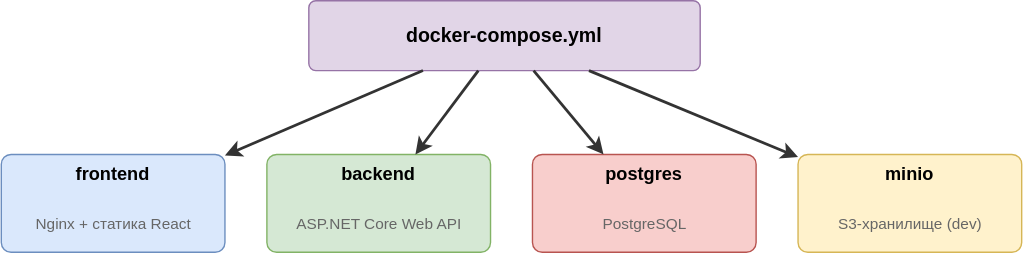
Earlier version of the draw.io export docs/assets/diagrams/deployment/deployment.svg (TeleManga/docs). Source tidied: cells renumbered, new cells last; positions are measured from the earlier drawing's top-left corner, leaving out a move shared by most shapes. The source it was exported from:
```xml
<mxGraphModel>
  <root>
    <mxCell id="0" />
    <mxCell id="1" parent="0" />
    <mxCell id="2" value="docker-compose.yml" style="rounded=1;whiteSpace=wrap;html=1;fillColor=#e1d5e7;strokeColor=#9673a6;fontStyle=1;fontSize=14;verticalAlign=middle;arcSize=10;" parent="1" vertex="1">
      <mxGeometry x="220" width="280" height="50" as="geometry" />
    </mxCell>
    <mxCell id="3" value="frontend" style="rounded=1;whiteSpace=wrap;html=1;fillColor=#dae8fc;strokeColor=#6c8ebf;fontStyle=1;fontSize=13;verticalAlign=top;arcSize=10;" parent="1" vertex="1">
      <mxGeometry y="110" width="160" height="70" as="geometry" />
    </mxCell>
    <mxCell id="4" value="Nginx + статика React" style="text;html=1;align=center;verticalAlign=middle;strokeColor=none;fillColor=none;fontSize=11;fontColor=#666666;" parent="3" vertex="1">
      <mxGeometry x="10" y="35" width="140" height="30" as="geometry" />
    </mxCell>
    <mxCell id="5" value="backend" style="rounded=1;whiteSpace=wrap;html=1;fillColor=#d5e8d4;strokeColor=#82b366;fontStyle=1;fontSize=13;verticalAlign=top;arcSize=10;" parent="1" vertex="1">
      <mxGeometry x="190" y="110" width="160" height="70" as="geometry" />
    </mxCell>
    <mxCell id="6" value="ASP.NET Core Web API" style="text;html=1;align=center;verticalAlign=middle;strokeColor=none;fillColor=none;fontSize=11;fontColor=#666666;" parent="5" vertex="1">
      <mxGeometry x="5" y="35" width="150" height="30" as="geometry" />
    </mxCell>
    <mxCell id="7" value="postgres" style="rounded=1;whiteSpace=wrap;html=1;fillColor=#f8cecc;strokeColor=#b85450;fontStyle=1;fontSize=13;verticalAlign=top;arcSize=10;" parent="1" vertex="1">
      <mxGeometry x="380" y="110" width="160" height="70" as="geometry" />
    </mxCell>
    <mxCell id="8" value="PostgreSQL" style="text;html=1;align=center;verticalAlign=middle;strokeColor=none;fillColor=none;fontSize=11;fontColor=#666666;" parent="7" vertex="1">
      <mxGeometry x="30" y="35" width="100" height="30" as="geometry" />
    </mxCell>
    <mxCell id="9" value="minio" style="rounded=1;whiteSpace=wrap;html=1;fillColor=#fff2cc;strokeColor=#d6b656;fontStyle=1;fontSize=13;verticalAlign=top;arcSize=10;" parent="1" vertex="1">
      <mxGeometry x="570" y="110" width="160" height="70" as="geometry" />
    </mxCell>
    <mxCell id="10" value="S3-хранилище (dev)" style="text;html=1;align=center;verticalAlign=middle;strokeColor=none;fillColor=none;fontSize=11;fontColor=#666666;" parent="9" vertex="1">
      <mxGeometry x="10" y="35" width="140" height="30" as="geometry" />
    </mxCell>
    <mxCell id="11" style="rounded=0;jettySize=auto;html=1;strokeWidth=2;strokeColor=#333333;" parent="1" edge="1" source="2" target="3">
      <mxGeometry relative="1" as="geometry" />
    </mxCell>
    <mxCell id="12" style="rounded=0;jettySize=auto;html=1;strokeWidth=2;strokeColor=#333333;" parent="1" edge="1" source="2" target="5">
      <mxGeometry relative="1" as="geometry" />
    </mxCell>
    <mxCell id="13" style="rounded=0;jettySize=auto;html=1;strokeWidth=2;strokeColor=#333333;" parent="1" edge="1" source="2" target="7">
      <mxGeometry relative="1" as="geometry" />
    </mxCell>
    <mxCell id="14" style="rounded=0;jettySize=auto;html=1;strokeWidth=2;strokeColor=#333333;" parent="1" edge="1" source="2" target="9">
      <mxGeometry relative="1" as="geometry" />
    </mxCell>
  </root>
</mxGraphModel>
```
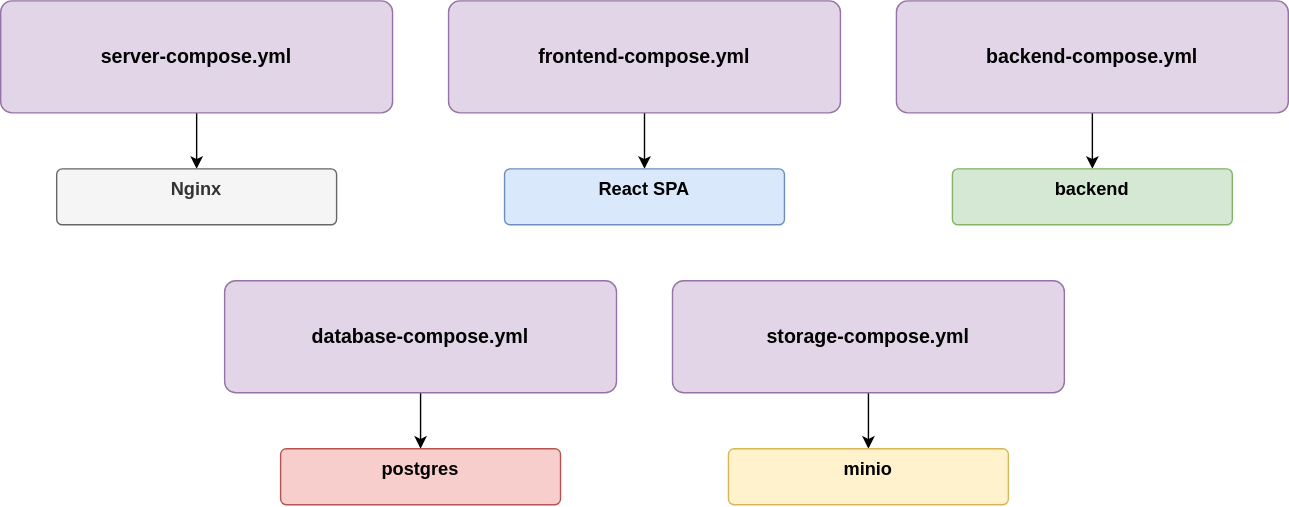
Above is the later version.

Commit message:
fix/6/refactor-deployment-diagram

What changed in the source:
```diff
@@ -2,44 +2,50 @@
   <root>
     <mxCell id="0" />
     <mxCell id="1" parent="0" />
-    <mxCell id="2" value="docker-compose.yml" style="rounded=1;whiteSpace=wrap;html=1;fillColor=#e1d5e7;strokeColor=#9673a6;fontStyle=1;fontSize=14;verticalAlign=middle;arcSize=10;" parent="1" vertex="1">
-      <mxGeometry x="220" width="280" height="50" as="geometry" />
-    </mxCell>
-    <mxCell id="3" value="frontend" style="rounded=1;whiteSpace=wrap;html=1;fillColor=#dae8fc;strokeColor=#6c8ebf;fontStyle=1;fontSize=13;verticalAlign=top;arcSize=10;" parent="1" vertex="1">
-      <mxGeometry y="110" width="160" height="70" as="geometry" />
-    </mxCell>
-    <mxCell id="4" value="Nginx + статика React" style="text;html=1;align=center;verticalAlign=middle;strokeColor=none;fillColor=none;fontSize=11;fontColor=#666666;" parent="3" vertex="1">
-      <mxGeometry x="10" y="35" width="140" height="30" as="geometry" />
-    </mxCell>
+    <mxCell id="15" style="edgeStyle=none;html=1;" parent="1" edge="1" source="16" target="23">
+      <mxGeometry relative="1" as="geometry" />
+    </mxCell>
+    <mxCell id="16" value="server-compose.yml" style="rounded=1;whiteSpace=wrap;html=1;fillColor=#e1d5e7;strokeColor=#9673a6;fontStyle=1;fontSize=14;verticalAlign=middle;arcSize=10;" parent="1" vertex="1">
+      <mxGeometry x="120" y="20" width="280" height="80" as="geometry" />
+    </mxCell>
+    <mxCell id="17" style="edgeStyle=none;html=1;" parent="1" edge="1" source="18" target="5">
+      <mxGeometry relative="1" as="geometry" />
+    </mxCell>
+    <mxCell id="18" value="backend-compose.yml" style="rounded=1;whiteSpace=wrap;html=1;fillColor=#e1d5e7;strokeColor=#9673a6;fontStyle=1;fontSize=14;verticalAlign=middle;arcSize=10;" parent="1" vertex="1">
+      <mxGeometry x="760" y="20" width="280" height="80" as="geometry" />
+    </mxCell>
+    <mxCell id="19" style="edgeStyle=none;html=1;" parent="1" edge="1" source="20" target="7">
+      <mxGeometry relative="1" as="geometry" />
+    </mxCell>
+    <mxCell id="20" value="database-compose.yml" style="rounded=1;whiteSpace=wrap;html=1;fillColor=#e1d5e7;strokeColor=#9673a6;fontStyle=1;fontSize=14;verticalAlign=middle;arcSize=10;" parent="1" vertex="1">
+      <mxGeometry x="280" y="220" width="280" height="80" as="geometry" />
+    </mxCell>
+    <mxCell id="21" style="edgeStyle=none;html=1;" parent="1" edge="1" source="22" target="9">
+      <mxGeometry relative="1" as="geometry" />
+    </mxCell>
+    <mxCell id="22" value="storage-compose.yml" style="rounded=1;whiteSpace=wrap;html=1;fillColor=#e1d5e7;strokeColor=#9673a6;fontStyle=1;fontSize=14;verticalAlign=middle;arcSize=10;" parent="1" vertex="1">
+      <mxGeometry x="600" y="220" width="280" height="80" as="geometry" />
+    </mxCell>
+    <mxCell id="9" value="minio" style="rounded=1;whiteSpace=wrap;html=1;fillColor=#fff2cc;strokeColor=#d6b656;fontStyle=1;fontSize=13;verticalAlign=top;arcSize=10;" parent="1" vertex="1">
+      <mxGeometry x="640" y="340" width="200" height="40" as="geometry" />
+    </mxCell>
     <mxCell id="5" value="backend" style="rounded=1;whiteSpace=wrap;html=1;fillColor=#d5e8d4;strokeColor=#82b366;fontStyle=1;fontSize=13;verticalAlign=top;arcSize=10;" parent="1" vertex="1">
-      <mxGeometry x="190" y="110" width="160" height="70" as="geometry" />
+      <mxGeometry x="800" y="140" width="200" height="40" as="geometry" />
     </mxCell>
-    <mxCell id="6" value="ASP.NET Core Web API" style="text;html=1;align=center;verticalAlign=middle;strokeColor=none;fillColor=none;fontSize=11;fontColor=#666666;" parent="5" vertex="1">
-      <mxGeometry x="5" y="35" width="150" height="30" as="geometry" />
-    </mxCell>
+    <mxCell id="23" value="Nginx" style="rounded=1;whiteSpace=wrap;html=1;fillColor=#f5f5f5;strokeColor=#666666;fontStyle=1;fontSize=13;verticalAlign=top;arcSize=10;fontColor=#333333;" parent="1" vertex="1">
+      <mxGeometry x="160" y="140" width="200" height="40" as="geometry" />
+    </mxCell>
     <mxCell id="7" value="postgres" style="rounded=1;whiteSpace=wrap;html=1;fillColor=#f8cecc;strokeColor=#b85450;fontStyle=1;fontSize=13;verticalAlign=top;arcSize=10;" parent="1" vertex="1">
-      <mxGeometry x="380" y="110" width="160" height="70" as="geometry" />
+      <mxGeometry x="320" y="340" width="200" height="40" as="geometry" />
     </mxCell>
-    <mxCell id="8" value="PostgreSQL" style="text;html=1;align=center;verticalAlign=middle;strokeColor=none;fillColor=none;fontSize=11;fontColor=#666666;" parent="7" vertex="1">
-      <mxGeometry x="30" y="35" width="100" height="30" as="geometry" />
-    </mxCell>
-    <mxCell id="9" value="minio" style="rounded=1;whiteSpace=wrap;html=1;fillColor=#fff2cc;strokeColor=#d6b656;fontStyle=1;fontSize=13;verticalAlign=top;arcSize=10;" parent="1" vertex="1">
-      <mxGeometry x="570" y="110" width="160" height="70" as="geometry" />
-    </mxCell>
-    <mxCell id="10" value="S3-хранилище (dev)" style="text;html=1;align=center;verticalAlign=middle;strokeColor=none;fillColor=none;fontSize=11;fontColor=#666666;" parent="9" vertex="1">
-      <mxGeometry x="10" y="35" width="140" height="30" as="geometry" />
-    </mxCell>
-    <mxCell id="11" style="rounded=0;jettySize=auto;html=1;strokeWidth=2;strokeColor=#333333;" parent="1" edge="1" source="2" target="3">
-      <mxGeometry relative="1" as="geometry" />
-    </mxCell>
-    <mxCell id="12" style="rounded=0;jettySize=auto;html=1;strokeWidth=2;strokeColor=#333333;" parent="1" edge="1" source="2" target="5">
-      <mxGeometry relative="1" as="geometry" />
-    </mxCell>
-    <mxCell id="13" style="rounded=0;jettySize=auto;html=1;strokeWidth=2;strokeColor=#333333;" parent="1" edge="1" source="2" target="7">
-      <mxGeometry relative="1" as="geometry" />
-    </mxCell>
-    <mxCell id="14" style="rounded=0;jettySize=auto;html=1;strokeWidth=2;strokeColor=#333333;" parent="1" edge="1" source="2" target="9">
-      <mxGeometry relative="1" as="geometry" />
-    </mxCell>
+    <mxCell id="24" style="edgeStyle=none;html=1;" parent="1" edge="1" source="25" target="26">
+      <mxGeometry relative="1" as="geometry" />
+    </mxCell>
+    <mxCell id="25" value="frontend-compose.yml" style="rounded=1;whiteSpace=wrap;html=1;fillColor=#e1d5e7;strokeColor=#9673a6;fontStyle=1;fontSize=14;verticalAlign=middle;arcSize=10;" parent="1" vertex="1">
+      <mxGeometry x="440" y="20" width="280" height="80" as="geometry" />
+    </mxCell>
+    <mxCell id="26" value="React SPA" style="rounded=1;whiteSpace=wrap;html=1;fillColor=#dae8fc;strokeColor=#6c8ebf;fontStyle=1;fontSize=13;verticalAlign=top;arcSize=10;" parent="1" vertex="1">
+      <mxGeometry x="480" y="140" width="200" height="40" as="geometry" />
+    </mxCell>
   </root>
 </mxGraphModel>
```
